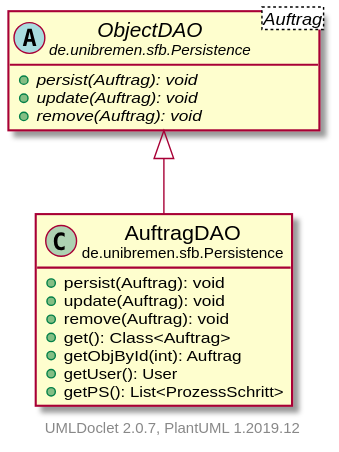
Above: doc/UML/modulsichtSVG/AuftragDAO.svg in fkehlenb/softwareprojekt-2 (PlantUML), before the change.
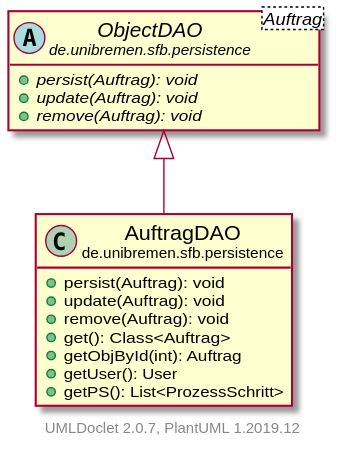
Above is the later version.

Diff of the diagram source:
```diff
@@ -3,7 +3,7 @@
     hide empty fields
     hide empty methods
 
-    class "<size:14>AuftragDAO\n<size:10>de.unibremen.sfb.Persistence" as de.unibremen.sfb.Persistence.AuftragDAO [[AuftragDAO.html]] {
+    class "<size:14>AuftragDAO\n<size:10>de.unibremen.sfb.persistence" as de.unibremen.sfb.persistence.AuftragDAO [[AuftragDAO.html]] {
         +persist(Auftrag): void
         +update(Auftrag): void
         +remove(Auftrag): void
@@ -13,13 +13,13 @@
         +getPS(): List<ProzessSchritt>
     }
 
-    abstract class "<size:14>ObjectDAO\n<size:10>de.unibremen.sfb.Persistence" as de.unibremen.sfb.Persistence.ObjectDAO<Auftrag> [[ObjectDAO.html]] {
+    abstract class "<size:14>ObjectDAO\n<size:10>de.unibremen.sfb.persistence" as de.unibremen.sfb.persistence.ObjectDAO<Auftrag> [[ObjectDAO.html]] {
         {abstract} +persist(Auftrag): void
         {abstract} +update(Auftrag): void
         {abstract} +remove(Auftrag): void
     }
 
-    de.unibremen.sfb.Persistence.ObjectDAO <|-- de.unibremen.sfb.Persistence.AuftragDAO
+    de.unibremen.sfb.persistence.ObjectDAO <|-- de.unibremen.sfb.persistence.AuftragDAO
 
     center footer UMLDoclet 2.0.7, PlantUML 1.2019.12
 @enduml
```
